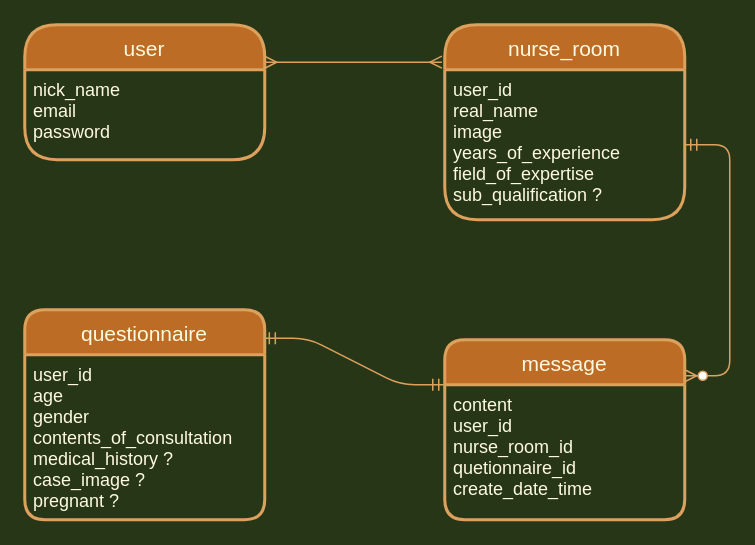
Before: KikuKanER.drawio in TechNursing/kiku-kan-app, a draw.io diagram. Source tidied: cells renumbered, new cells numbered last; positions are measured from the earlier drawing's top-left corner, leaving out a move shared by most shapes. Both pictures are drawn from the tidied source at 150%, with x=0, y=0 at pixel (24, 24).
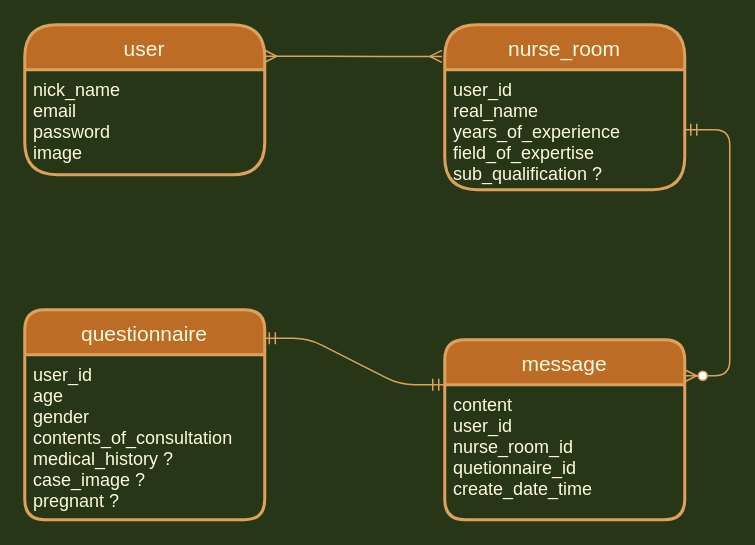
The same page after the edit.

Change to the diagram source:
```diff
@@
 <mxGraphModel background="#283618">
   <root>
     <mxCell id="0" />
     <mxCell id="1" parent="0" />
     <mxCell id="2" value="user" style="swimlane;horizontal=1;startSize=30;rounded=1;fontSize=14;fontStyle=0;strokeWidth=2;shadow=0;dashed=0;align=center;arcSize=24;fillColor=#BC6C25;strokeColor=#DDA15E;fontColor=#FEFAE0;" parent="1" vertex="1">
-      <mxGeometry width="160" height="90" as="geometry" />
+      <mxGeometry width="160" height="100" as="geometry" />
     </mxCell>
-    <mxCell id="3" value="nick_name&#10;email&#10;password&#10;&#10;" style="align=left;strokeColor=none;fillColor=none;spacingLeft=4;fontSize=12;verticalAlign=top;fontColor=#FEFAE0;" parent="2" vertex="1">
-      <mxGeometry y="30" width="160" height="60" as="geometry" />
+    <mxCell id="3" value="nick_name&#10;email&#10;password&#10;image" style="align=left;strokeColor=none;fillColor=none;spacingLeft=4;fontSize=12;verticalAlign=top;fontColor=#FEFAE0;" parent="2" vertex="1">
+      <mxGeometry y="30" width="160" height="70" as="geometry" />
     </mxCell>
     <mxCell id="4" value="questionnaire" style="swimlane;horizontal=1;startSize=30;rounded=1;fontSize=14;fontStyle=0;strokeWidth=2;shadow=0;dashed=0;align=center;fillColor=#BC6C25;strokeColor=#DDA15E;fontColor=#FEFAE0;" parent="1" vertex="1">
       <mxGeometry y="190" width="160" height="140" as="geometry" />
     </mxCell>
     <mxCell id="5" value="user_id&#10;age&#10;gender&#10;contents_of_consultation&#10;medical_history ?&#10;case_image ?&#10;pregnant ?" style="align=left;strokeColor=none;fillColor=none;spacingLeft=4;fontSize=12;verticalAlign=top;fontColor=#FEFAE0;" parent="4" vertex="1">
       <mxGeometry y="30" width="160" height="110" as="geometry" />
     </mxCell>
     <mxCell id="6" value="message" style="swimlane;horizontal=1;startSize=30;rounded=1;fontSize=14;fontStyle=0;strokeWidth=2;shadow=0;dashed=0;align=center;fillColor=#BC6C25;strokeColor=#DDA15E;fontColor=#FEFAE0;" parent="1" vertex="1">
       <mxGeometry x="280" y="210" width="160" height="120" as="geometry" />
     </mxCell>
     <mxCell id="7" value="content&#10;user_id&#10;nurse_room_id&#10;quetionnaire_id&#10;create_date_time&#10;" style="align=left;strokeColor=none;fillColor=none;spacingLeft=4;fontSize=12;verticalAlign=top;fontColor=#FEFAE0;fontStyle=0;" parent="6" vertex="1">
       <mxGeometry y="30" width="160" height="90" as="geometry" />
     </mxCell>
     <mxCell id="8" style="edgeStyle=entityRelationEdgeStyle;fontSize=12;html=1;endArrow=ERmandOne;startArrow=ERmandOne;entryX=0.994;entryY=0.136;entryDx=0;entryDy=0;entryPerimeter=0;strokeColor=#DDA15E;fontColor=#FEFAE0;labelBackgroundColor=#283618;exitX=0;exitY=0.25;exitDx=0;exitDy=0;" parent="1" edge="1" source="6" target="4">
       <mxGeometry relative="1" as="geometry" />
     </mxCell>
     <mxCell id="9" style="edgeStyle=entityRelationEdgeStyle;fontSize=12;html=1;endArrow=ERzeroToMany;startArrow=ERmandOne;strokeColor=#DDA15E;fontColor=#FEFAE0;labelBackgroundColor=#283618;entryX=1;entryY=0.2;entryDx=0;entryDy=0;entryPerimeter=0;exitX=1;exitY=0.5;exitDx=0;exitDy=0;" parent="1" edge="1" source="11" target="6">
       <mxGeometry relative="1" as="geometry" />
     </mxCell>
     <mxCell id="10" value="nurse_room" style="swimlane;horizontal=1;startSize=30;rounded=1;fontSize=14;fontStyle=0;strokeWidth=2;shadow=0;dashed=0;align=center;arcSize=24;fillColor=#BC6C25;strokeColor=#DDA15E;fontColor=#FEFAE0;" parent="1" vertex="1">
-      <mxGeometry x="280" width="160" height="130" as="geometry" />
+      <mxGeometry x="280" width="160" height="110" as="geometry" />
     </mxCell>
-    <mxCell id="11" value="user_id&#10;real_name&#10;image&#10;years_of_experience&#10;field_of_expertise&#10;sub_qualification ?&#10;" style="align=left;strokeColor=none;fillColor=none;spacingLeft=4;fontSize=12;verticalAlign=top;fontColor=#FEFAE0;" parent="10" vertex="1">
-      <mxGeometry y="30" width="160" height="100" as="geometry" />
+    <mxCell id="11" value="user_id&#10;real_name&#10;years_of_experience&#10;field_of_expertise&#10;sub_qualification ?&#10;" style="align=left;strokeColor=none;fillColor=none;spacingLeft=4;fontSize=12;verticalAlign=top;fontColor=#FEFAE0;" parent="10" vertex="1">
+      <mxGeometry y="30" width="160" height="80" as="geometry" />
     </mxCell>
     <mxCell id="12" style="edgeStyle=entityRelationEdgeStyle;fontSize=12;html=1;endArrow=ERmany;startArrow=ERmany;entryX=-0.012;entryY=0.192;entryDx=0;entryDy=0;entryPerimeter=0;strokeColor=#DDA15E;" parent="1" edge="1" target="10">
       <mxGeometry relative="1" as="geometry">
-        <mxPoint x="160" y="25" as="sourcePoint" />
+        <mxPoint x="160" y="21" as="sourcePoint" />
       </mxGeometry>
     </mxCell>
   </root>
 </mxGraphModel>
```
